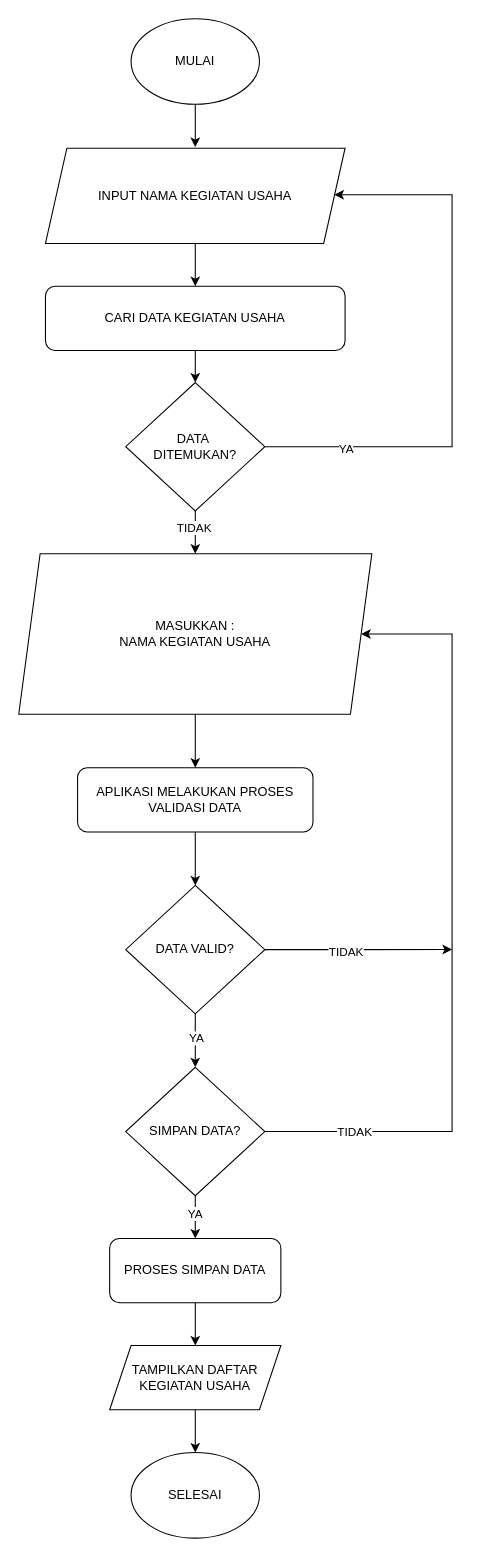
The draw.io diagram Flowchart Entri Kegiatan Usaha.drawio in Rafael2060/SUMMIT-UML, before the edit. Source tidied: cells renumbered, new cells numbered last; positions are measured from the earlier drawing's top-left corner, leaving out a move shared by most shapes. Both pictures are drawn from the tidied source at 107%, with x=0, y=0 at pixel (18, 18).
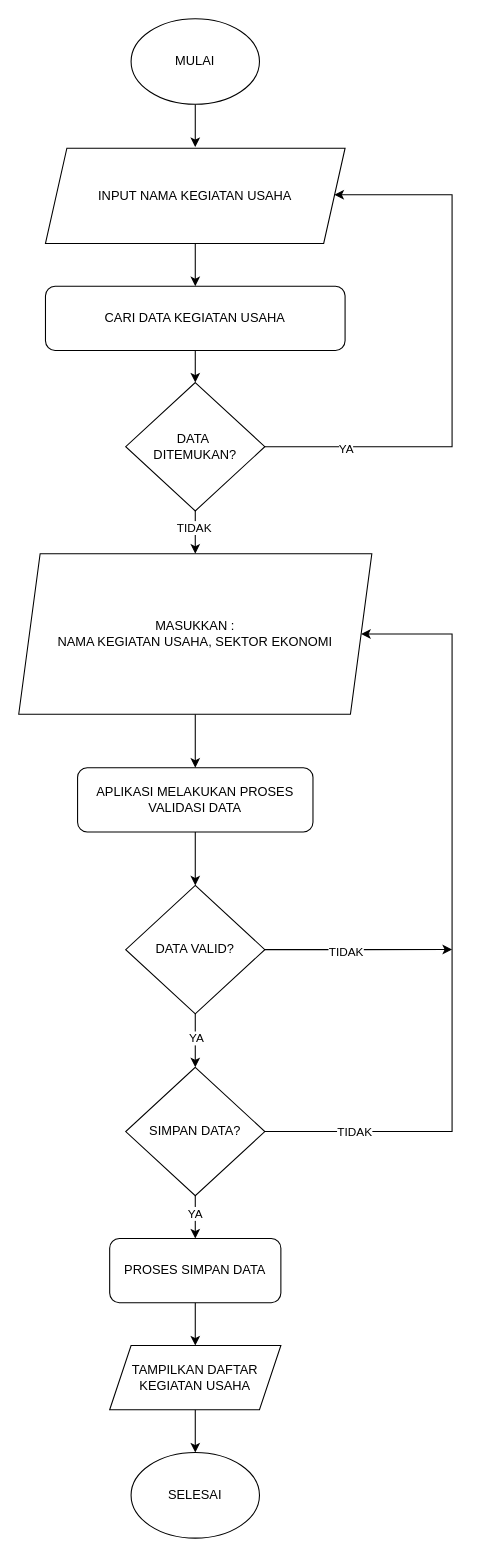
The same diagram, later.

What changed in the source:
```diff
@@
-    <mxCell id="31" value="MASUKKAN :&lt;br&gt;NAMA KEGIATAN USAHA" style="shape=parallelogram;perimeter=parallelogramPerimeter;whiteSpace=wrap;html=1;fixedSize=1;" parent="1" vertex="1">
+    <mxCell id="31" value="MASUKKAN :&lt;br&gt;NAMA KEGIATAN USAHA, SEKTOR EKONOMI" style="shape=parallelogram;perimeter=parallelogramPerimeter;whiteSpace=wrap;html=1;fixedSize=1;" parent="1" vertex="1">
       <mxGeometry y="500" width="330" height="150" as="geometry" />
     </mxCell>
```
